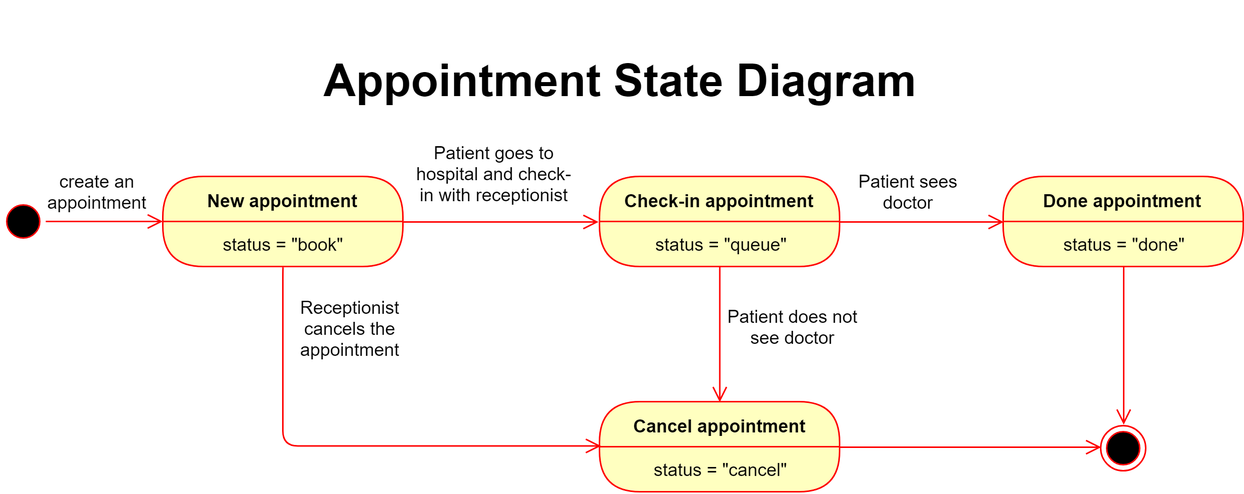
VuDuyHauNguyen/HMS keeps this draw.io diagram as imgs/StateDiagram/HMS-StateDiagram-AppointmentStates.png. Above is the earlier version. Source tidied: cells renumbered, new cells last; positions are measured from the earlier drawing's top-left corner, leaving out a move shared by most shapes. Source of this version:
```xml
<mxGraphModel background="#ffffff">
  <root>
    <mxCell id="0" />
    <mxCell id="1" parent="0" />
    <mxCell id="2" style="ellipse;html=1;shape=startState;fillColor=#000000;strokeColor=#ff0000;rounded=1;shadow=0;comic=0;labelBackgroundColor=none;fontFamily=Verdana;fontSize=12;fontColor=#000000;align=center;direction=south;" parent="1" vertex="1">
      <mxGeometry y="132" width="30" height="30" as="geometry" />
    </mxCell>
    <mxCell id="3" style="edgeStyle=elbowEdgeStyle;html=1;labelBackgroundColor=none;endArrow=open;endSize=8;strokeColor=#ff0000;fontFamily=Verdana;fontSize=12;align=left;exitX=0.5;exitY=1;exitDx=0;exitDy=0;entryX=0.5;entryY=0;entryDx=0;entryDy=0;" parent="1" edge="1" source="21" target="18">
      <mxGeometry relative="1" as="geometry" />
    </mxCell>
    <mxCell id="4" style="edgeStyle=orthogonalEdgeStyle;html=1;labelBackgroundColor=none;endArrow=open;endSize=8;strokeColor=#ff0000;fontFamily=Verdana;fontSize=12;align=left;" parent="1" edge="1" source="2">
      <mxGeometry relative="1" as="geometry">
        <mxPoint x="108" y="147" as="targetPoint" />
      </mxGeometry>
    </mxCell>
    <mxCell id="5" style="edgeStyle=orthogonalEdgeStyle;html=1;exitX=1;exitY=0.5;labelBackgroundColor=none;endArrow=open;endSize=8;strokeColor=#ff0000;fontFamily=Verdana;fontSize=12;align=left;exitDx=0;exitDy=0;entryX=-0.005;entryY=0.024;entryDx=0;entryDy=0;entryPerimeter=0;" parent="1" edge="1" target="21">
      <mxGeometry relative="1" as="geometry">
        <mxPoint x="268" y="147" as="sourcePoint" />
        <Array as="points">
          <mxPoint x="293" y="147" />
        </Array>
      </mxGeometry>
    </mxCell>
    <mxCell id="6" value="create an appointment" style="text;html=1;strokeColor=none;fillColor=none;align=center;verticalAlign=middle;whiteSpace=wrap;rounded=0;" parent="1" vertex="1">
      <mxGeometry x="28" y="117" width="73" height="20" as="geometry" />
    </mxCell>
    <mxCell id="7" value="Patient does not see doctor" style="text;html=1;strokeColor=none;fillColor=none;align=center;verticalAlign=middle;whiteSpace=wrap;rounded=0;" parent="1" vertex="1">
      <mxGeometry x="483" y="207" width="90" height="20" as="geometry" />
    </mxCell>
    <mxCell id="8" style="edgeStyle=orthogonalEdgeStyle;html=1;exitX=1;exitY=0.5;labelBackgroundColor=none;endArrow=open;endSize=8;strokeColor=#ff0000;fontFamily=Verdana;fontSize=12;align=left;exitDx=0;exitDy=0;entryX=0;entryY=0.5;entryDx=0;entryDy=0;" parent="1" edge="1" source="20" target="22">
      <mxGeometry relative="1" as="geometry">
        <Array as="points">
          <mxPoint x="638" y="147" />
          <mxPoint x="638" y="147" />
        </Array>
      </mxGeometry>
    </mxCell>
    <mxCell id="9" value="Patient goes to hospital and check-in with receptionist" style="text;html=1;strokeColor=none;fillColor=none;align=center;verticalAlign=middle;whiteSpace=wrap;rounded=0;" parent="1" vertex="1">
      <mxGeometry x="274" y="105" width="110" height="20" as="geometry" />
    </mxCell>
    <mxCell id="10" value="Patient sees doctor" style="text;html=1;strokeColor=none;fillColor=none;align=center;verticalAlign=middle;whiteSpace=wrap;rounded=0;" parent="1" vertex="1">
      <mxGeometry x="560" y="117" width="90" height="20" as="geometry" />
    </mxCell>
    <mxCell id="11" style="ellipse;html=1;shape=endState;fillColor=#000000;strokeColor=#ff0000;rounded=1;shadow=0;comic=0;labelBackgroundColor=none;fontFamily=Verdana;fontSize=12;fontColor=#000000;align=center;" parent="1" vertex="1">
      <mxGeometry x="733" y="282.5" width="30" height="30" as="geometry" />
    </mxCell>
    <mxCell id="12" style="edgeStyle=elbowEdgeStyle;html=1;labelBackgroundColor=none;endArrow=open;endSize=8;strokeColor=#ff0000;fontFamily=Verdana;fontSize=12;align=left;exitX=0.5;exitY=1;exitDx=0;exitDy=0;entryX=0.5;entryY=0;entryDx=0;entryDy=0;" parent="1" edge="1" source="23" target="11">
      <mxGeometry relative="1" as="geometry" />
    </mxCell>
    <mxCell id="13" value="Receptionist cancels the appointment" style="text;html=1;strokeColor=none;fillColor=none;align=center;verticalAlign=middle;whiteSpace=wrap;rounded=0;" parent="1" vertex="1">
      <mxGeometry x="188" y="208" width="90" height="20" as="geometry" />
    </mxCell>
    <mxCell id="14" style="edgeStyle=elbowEdgeStyle;html=1;labelBackgroundColor=none;endArrow=open;endSize=8;strokeColor=#ff0000;fontFamily=Verdana;fontSize=12;align=left;entryX=0;entryY=0.5;entryDx=0;entryDy=0;exitX=0.993;exitY=0.005;exitDx=0;exitDy=0;exitPerimeter=0;" parent="1" edge="1" source="19" target="11">
      <mxGeometry relative="1" as="geometry">
        <Array as="points">
          <mxPoint x="648" y="298" />
        </Array>
      </mxGeometry>
    </mxCell>
    <mxCell id="15" value="&lt;font style=&quot;font-size: 30px&quot;&gt;&lt;b&gt;Appointment State Diagram&lt;/b&gt;&lt;/font&gt;" style="text;html=1;strokeColor=none;fillColor=none;align=center;verticalAlign=middle;whiteSpace=wrap;rounded=0;" parent="1" vertex="1">
      <mxGeometry x="188" width="449" height="105" as="geometry" />
    </mxCell>
    <mxCell id="16" value="New appointment" style="swimlane;html=1;fontStyle=1;align=center;verticalAlign=middle;horizontal=1;startSize=30;fontColor=#000000;rounded=1;arcSize=30;strokeColor=#ff0000;fillColor=#ffffc0;swimlaneFillColor=#ffffc0;" parent="1" vertex="1">
      <mxGeometry x="108" y="117" width="160" height="60" as="geometry" />
    </mxCell>
    <mxCell id="17" value="status = &quot;book&quot;" style="text;html=1;strokeColor=none;fillColor=none;align=center;verticalAlign=middle;spacingLeft=4;spacingRight=4;whiteSpace=wrap;overflow=hidden;fontColor=#000000;" parent="16" vertex="1">
      <mxGeometry y="30" width="160" height="30" as="geometry" />
    </mxCell>
    <mxCell id="18" value="Cancel appointment" style="swimlane;html=1;fontStyle=1;align=center;verticalAlign=middle;horizontal=1;startSize=30;fontColor=#000000;rounded=1;arcSize=30;strokeColor=#ff0000;fillColor=#ffffc0;swimlaneFillColor=#ffffc0;" parent="1" vertex="1">
      <mxGeometry x="399" y="267" width="160" height="60" as="geometry" />
    </mxCell>
    <mxCell id="19" value="status = &quot;cancel&quot;" style="text;html=1;strokeColor=none;fillColor=none;align=center;verticalAlign=middle;spacingLeft=4;spacingRight=4;whiteSpace=wrap;overflow=hidden;fontColor=#000000;" parent="18" vertex="1">
      <mxGeometry y="30" width="160" height="30" as="geometry" />
    </mxCell>
    <mxCell id="20" value="Check-in appointment" style="swimlane;html=1;fontStyle=1;align=center;verticalAlign=middle;horizontal=1;startSize=30;fontColor=#000000;rounded=1;arcSize=30;strokeColor=#ff0000;fillColor=#ffffc0;swimlaneFillColor=#ffffc0;" parent="1" vertex="1">
      <mxGeometry x="399" y="117" width="160" height="60" as="geometry" />
    </mxCell>
    <mxCell id="21" value="status = &quot;queue&quot;" style="text;html=1;strokeColor=none;fillColor=none;align=center;verticalAlign=middle;spacingLeft=4;spacingRight=4;whiteSpace=wrap;overflow=hidden;fontColor=#000000;" parent="20" vertex="1">
      <mxGeometry y="30" width="160" height="30" as="geometry" />
    </mxCell>
    <mxCell id="22" value="Done appointment" style="swimlane;html=1;fontStyle=1;align=center;verticalAlign=middle;horizontal=1;startSize=30;fontColor=#000000;rounded=1;arcSize=30;strokeColor=#ff0000;fillColor=#ffffc0;swimlaneFillColor=#ffffc0;" parent="1" vertex="1">
      <mxGeometry x="668" y="117" width="160" height="60" as="geometry" />
    </mxCell>
    <mxCell id="23" value="status = &quot;done&quot;" style="text;html=1;strokeColor=none;fillColor=none;align=center;verticalAlign=middle;spacingLeft=4;spacingRight=4;whiteSpace=wrap;overflow=hidden;fontColor=#000000;" parent="22" vertex="1">
      <mxGeometry y="30" width="160" height="30" as="geometry" />
    </mxCell>
    <mxCell id="24" style="edgeStyle=elbowEdgeStyle;html=1;labelBackgroundColor=none;endArrow=open;endSize=8;strokeColor=#ff0000;fontFamily=Verdana;fontSize=12;align=left;exitX=0.5;exitY=1;exitDx=0;exitDy=0;entryX=0.007;entryY=-0.028;entryDx=0;entryDy=0;entryPerimeter=0;" parent="1" edge="1" source="17" target="19">
      <mxGeometry relative="1" as="geometry">
        <Array as="points">
          <mxPoint x="188" y="222" />
        </Array>
      </mxGeometry>
    </mxCell>
  </root>
</mxGraphModel>
```
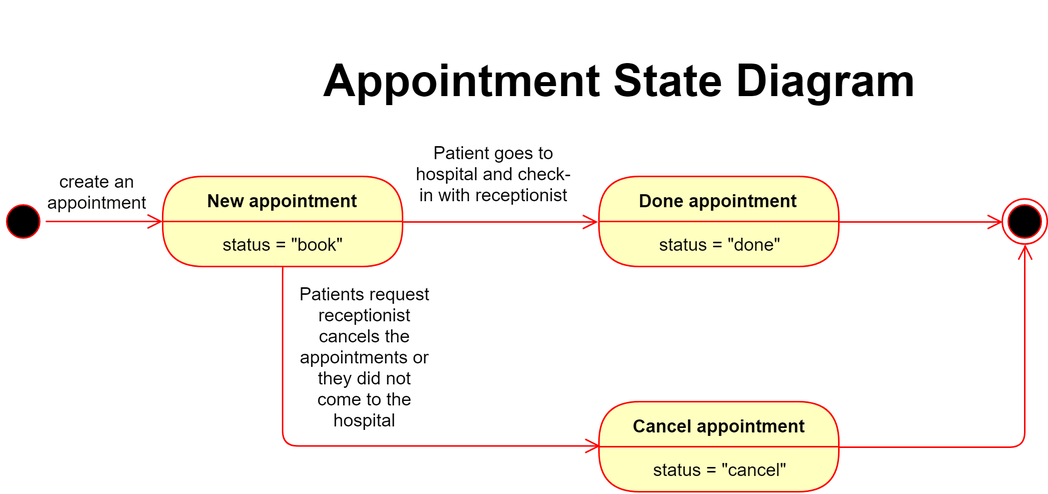
The same file after the commit.

Commit message:
added State Diagram of Check Up Record; deleted state 'queue' in State Diagram of Appointment

Change to the diagram source:
```diff
@@ -5,9 +5,6 @@
     <mxCell id="2" style="ellipse;html=1;shape=startState;fillColor=#000000;strokeColor=#ff0000;rounded=1;shadow=0;comic=0;labelBackgroundColor=none;fontFamily=Verdana;fontSize=12;fontColor=#000000;align=center;direction=south;" parent="1" vertex="1">
       <mxGeometry y="132" width="30" height="30" as="geometry" />
     </mxCell>
-    <mxCell id="3" style="edgeStyle=elbowEdgeStyle;html=1;labelBackgroundColor=none;endArrow=open;endSize=8;strokeColor=#ff0000;fontFamily=Verdana;fontSize=12;align=left;exitX=0.5;exitY=1;exitDx=0;exitDy=0;entryX=0.5;entryY=0;entryDx=0;entryDy=0;" parent="1" edge="1" source="21" target="18">
-      <mxGeometry relative="1" as="geometry" />
-    </mxCell>
     <mxCell id="4" style="edgeStyle=orthogonalEdgeStyle;html=1;labelBackgroundColor=none;endArrow=open;endSize=8;strokeColor=#ff0000;fontFamily=Verdana;fontSize=12;align=left;" parent="1" edge="1" source="2">
       <mxGeometry relative="1" as="geometry">
         <mxPoint x="108" y="147" as="targetPoint" />
@@ -24,11 +21,9 @@
     <mxCell id="6" value="create an appointment" style="text;html=1;strokeColor=none;fillColor=none;align=center;verticalAlign=middle;whiteSpace=wrap;rounded=0;" parent="1" vertex="1">
       <mxGeometry x="28" y="117" width="73" height="20" as="geometry" />
     </mxCell>
-    <mxCell id="7" value="Patient does not see doctor" style="text;html=1;strokeColor=none;fillColor=none;align=center;verticalAlign=middle;whiteSpace=wrap;rounded=0;" parent="1" vertex="1">
-      <mxGeometry x="483" y="207" width="90" height="20" as="geometry" />
-    </mxCell>
-    <mxCell id="8" style="edgeStyle=orthogonalEdgeStyle;html=1;exitX=1;exitY=0.5;labelBackgroundColor=none;endArrow=open;endSize=8;strokeColor=#ff0000;fontFamily=Verdana;fontSize=12;align=left;exitDx=0;exitDy=0;entryX=0;entryY=0.5;entryDx=0;entryDy=0;" parent="1" edge="1" source="20" target="22">
+    <mxCell id="8" style="edgeStyle=orthogonalEdgeStyle;html=1;exitX=1;exitY=0.5;labelBackgroundColor=none;endArrow=open;endSize=8;strokeColor=#ff0000;fontFamily=Verdana;fontSize=12;align=left;exitDx=0;exitDy=0;entryX=0;entryY=0.5;entryDx=0;entryDy=0;" parent="1" edge="1" source="20">
       <mxGeometry relative="1" as="geometry">
+        <mxPoint x="668" y="147" as="targetPoint" />
         <Array as="points">
           <mxPoint x="638" y="147" />
           <mxPoint x="638" y="147" />
@@ -38,22 +33,16 @@
     <mxCell id="9" value="Patient goes to hospital and check-in with receptionist" style="text;html=1;strokeColor=none;fillColor=none;align=center;verticalAlign=middle;whiteSpace=wrap;rounded=0;" parent="1" vertex="1">
       <mxGeometry x="274" y="105" width="110" height="20" as="geometry" />
     </mxCell>
-    <mxCell id="10" value="Patient sees doctor" style="text;html=1;strokeColor=none;fillColor=none;align=center;verticalAlign=middle;whiteSpace=wrap;rounded=0;" parent="1" vertex="1">
-      <mxGeometry x="560" y="117" width="90" height="20" as="geometry" />
-    </mxCell>
     <mxCell id="11" style="ellipse;html=1;shape=endState;fillColor=#000000;strokeColor=#ff0000;rounded=1;shadow=0;comic=0;labelBackgroundColor=none;fontFamily=Verdana;fontSize=12;fontColor=#000000;align=center;" parent="1" vertex="1">
-      <mxGeometry x="733" y="282.5" width="30" height="30" as="geometry" />
+      <mxGeometry x="668" y="132" width="30" height="30" as="geometry" />
     </mxCell>
-    <mxCell id="12" style="edgeStyle=elbowEdgeStyle;html=1;labelBackgroundColor=none;endArrow=open;endSize=8;strokeColor=#ff0000;fontFamily=Verdana;fontSize=12;align=left;exitX=0.5;exitY=1;exitDx=0;exitDy=0;entryX=0.5;entryY=0;entryDx=0;entryDy=0;" parent="1" edge="1" source="23" target="11">
-      <mxGeometry relative="1" as="geometry" />
-    </mxCell>
-    <mxCell id="13" value="Receptionist cancels the appointment" style="text;html=1;strokeColor=none;fillColor=none;align=center;verticalAlign=middle;whiteSpace=wrap;rounded=0;" parent="1" vertex="1">
-      <mxGeometry x="188" y="208" width="90" height="20" as="geometry" />
+    <mxCell id="13" value="Patients request receptionist cancels the appointments or they did not come to the hospital" style="text;html=1;strokeColor=none;fillColor=none;align=center;verticalAlign=middle;whiteSpace=wrap;rounded=0;" parent="1" vertex="1">
+      <mxGeometry x="198" y="228" width="90" height="20" as="geometry" />
     </mxCell>
-    <mxCell id="14" style="edgeStyle=elbowEdgeStyle;html=1;labelBackgroundColor=none;endArrow=open;endSize=8;strokeColor=#ff0000;fontFamily=Verdana;fontSize=12;align=left;entryX=0;entryY=0.5;entryDx=0;entryDy=0;exitX=0.993;exitY=0.005;exitDx=0;exitDy=0;exitPerimeter=0;" parent="1" edge="1" source="19" target="11">
+    <mxCell id="14" style="edgeStyle=elbowEdgeStyle;html=1;labelBackgroundColor=none;endArrow=open;endSize=8;strokeColor=#ff0000;fontFamily=Verdana;fontSize=12;align=left;entryX=0.5;entryY=1;entryDx=0;entryDy=0;exitX=0.993;exitY=0.005;exitDx=0;exitDy=0;exitPerimeter=0;" parent="1" edge="1" source="19" target="11">
       <mxGeometry relative="1" as="geometry">
         <Array as="points">
-          <mxPoint x="648" y="298" />
+          <mxPoint x="683" y="242" />
         </Array>
       </mxGeometry>
     </mxCell>
@@ -72,18 +61,12 @@
     <mxCell id="19" value="status = &quot;cancel&quot;" style="text;html=1;strokeColor=none;fillColor=none;align=center;verticalAlign=middle;spacingLeft=4;spacingRight=4;whiteSpace=wrap;overflow=hidden;fontColor=#000000;" parent="18" vertex="1">
       <mxGeometry y="30" width="160" height="30" as="geometry" />
     </mxCell>
-    <mxCell id="20" value="Check-in appointment" style="swimlane;html=1;fontStyle=1;align=center;verticalAlign=middle;horizontal=1;startSize=30;fontColor=#000000;rounded=1;arcSize=30;strokeColor=#ff0000;fillColor=#ffffc0;swimlaneFillColor=#ffffc0;" parent="1" vertex="1">
+    <mxCell id="20" value="Done appointment" style="swimlane;html=1;fontStyle=1;align=center;verticalAlign=middle;horizontal=1;startSize=30;fontColor=#000000;rounded=1;arcSize=30;strokeColor=#ff0000;fillColor=#ffffc0;swimlaneFillColor=#ffffc0;" parent="1" vertex="1">
       <mxGeometry x="399" y="117" width="160" height="60" as="geometry" />
     </mxCell>
-    <mxCell id="21" value="status = &quot;queue&quot;" style="text;html=1;strokeColor=none;fillColor=none;align=center;verticalAlign=middle;spacingLeft=4;spacingRight=4;whiteSpace=wrap;overflow=hidden;fontColor=#000000;" parent="20" vertex="1">
+    <mxCell id="21" value="status = &quot;done&quot;" style="text;html=1;strokeColor=none;fillColor=none;align=center;verticalAlign=middle;spacingLeft=4;spacingRight=4;whiteSpace=wrap;overflow=hidden;fontColor=#000000;" parent="20" vertex="1">
       <mxGeometry y="30" width="160" height="30" as="geometry" />
     </mxCell>
-    <mxCell id="22" value="Done appointment" style="swimlane;html=1;fontStyle=1;align=center;verticalAlign=middle;horizontal=1;startSize=30;fontColor=#000000;rounded=1;arcSize=30;strokeColor=#ff0000;fillColor=#ffffc0;swimlaneFillColor=#ffffc0;" parent="1" vertex="1">
-      <mxGeometry x="668" y="117" width="160" height="60" as="geometry" />
-    </mxCell>
-    <mxCell id="23" value="status = &quot;done&quot;" style="text;html=1;strokeColor=none;fillColor=none;align=center;verticalAlign=middle;spacingLeft=4;spacingRight=4;whiteSpace=wrap;overflow=hidden;fontColor=#000000;" parent="22" vertex="1">
-      <mxGeometry y="30" width="160" height="30" as="geometry" />
-    </mxCell>
     <mxCell id="24" style="edgeStyle=elbowEdgeStyle;html=1;labelBackgroundColor=none;endArrow=open;endSize=8;strokeColor=#ff0000;fontFamily=Verdana;fontSize=12;align=left;exitX=0.5;exitY=1;exitDx=0;exitDy=0;entryX=0.007;entryY=-0.028;entryDx=0;entryDy=0;entryPerimeter=0;" parent="1" edge="1" source="17" target="19">
       <mxGeometry relative="1" as="geometry">
         <Array as="points">
```
